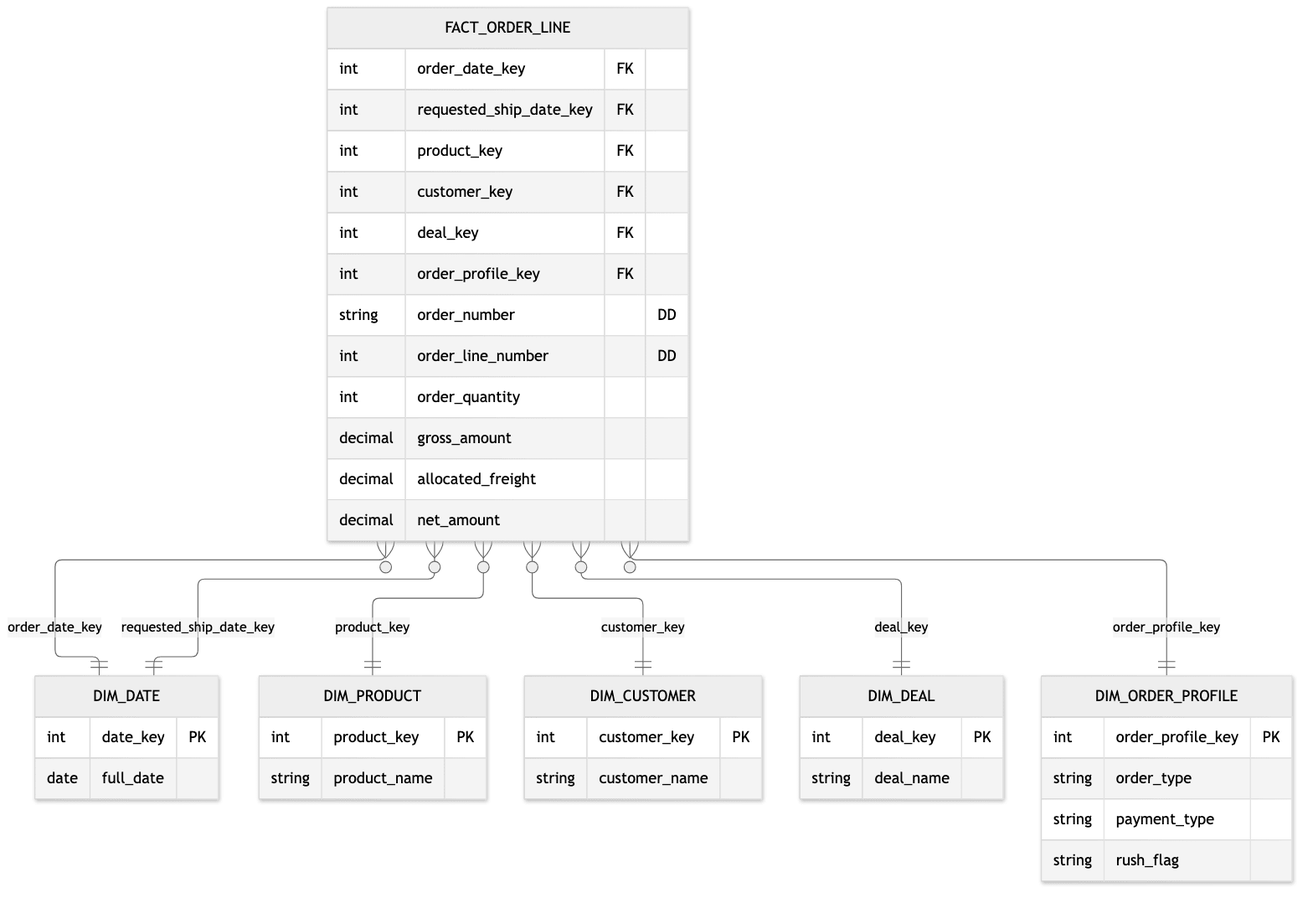
Above: public/assets/data-warehouse-toolkit/ch06-order-star.png in surfalytics/dataengineer_ru (Mermaid), before the change. Its source is kept beside it as scripts/kimball-diagrams/src/ch06-order-star.mmd.
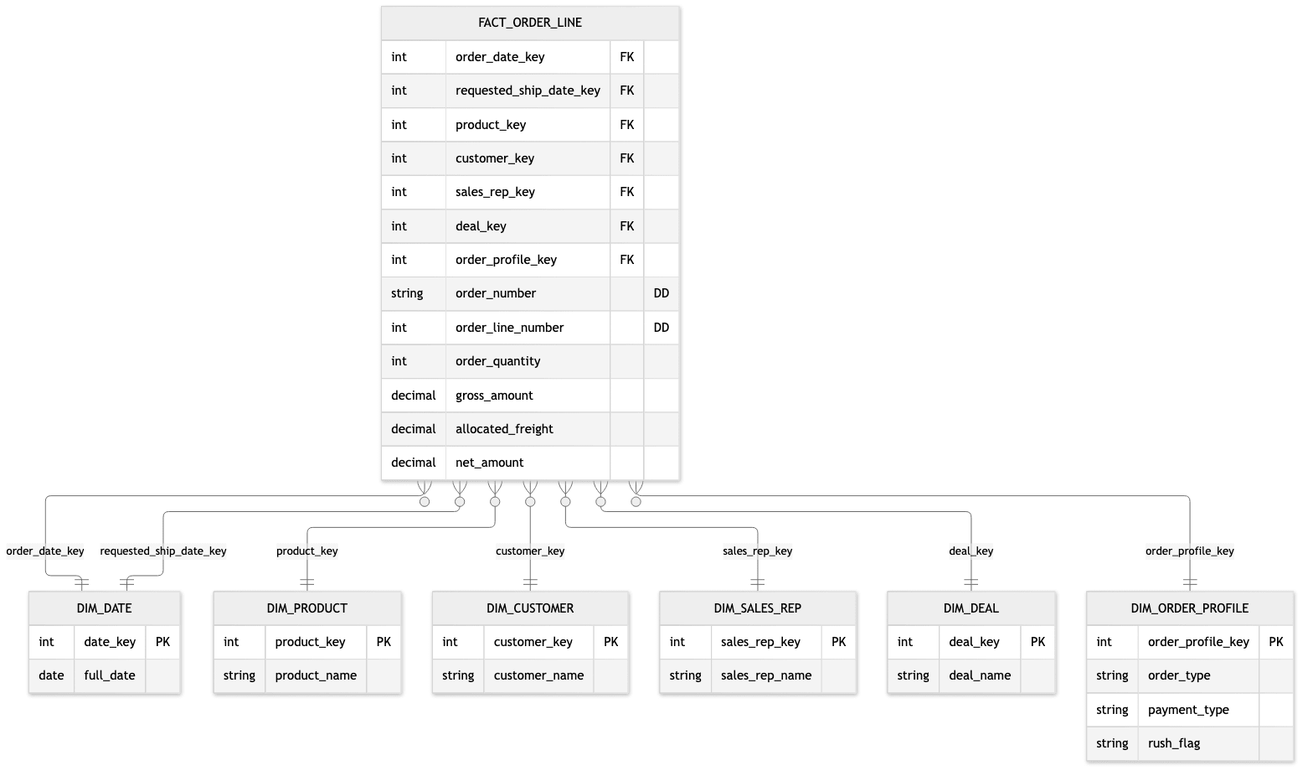
Above is the later version.

Change to the diagram source:
```diff
@@ -3,6 +3,7 @@
   FACT_ORDER_LINE }o--|| DIM_DATE : "requested_ship_date_key"
   FACT_ORDER_LINE }o--|| DIM_PRODUCT : "product_key"
   FACT_ORDER_LINE }o--|| DIM_CUSTOMER : "customer_key"
+  FACT_ORDER_LINE }o--|| DIM_SALES_REP : "sales_rep_key"
   FACT_ORDER_LINE }o--|| DIM_DEAL : "deal_key"
   FACT_ORDER_LINE }o--|| DIM_ORDER_PROFILE : "order_profile_key"
   FACT_ORDER_LINE {
@@ -10,6 +11,7 @@
     int requested_ship_date_key FK
     int product_key FK
     int customer_key FK
+    int sales_rep_key FK
     int deal_key FK
     int order_profile_key FK
     string order_number "DD"
@@ -27,6 +29,10 @@
     int customer_key PK
     string customer_name
   }
+  DIM_SALES_REP {
+    int sales_rep_key PK
+    string sales_rep_name
+  }
   DIM_DEAL {
     int deal_key PK
     string deal_name
```
